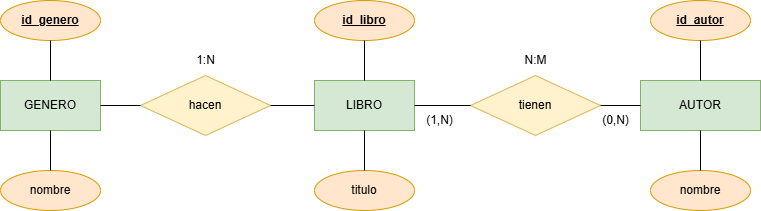
The draw.io diagram Unidad 4/Images/Normalizacion7.drawio.png in Jaironso/BBDD, before a commit. Source tidied: cells renumbered, new cells last; positions are measured from the earlier drawing's top-left corner, leaving out a move shared by most shapes. Source of this version:
```xml
<mxGraphModel>
  <root>
    <mxCell id="0" />
    <mxCell id="1" parent="0" />
    <mxCell id="2" value="LIBRO" style="html=1;dashed=0;whiteSpace=wrap;fillColor=#d5e8d4;strokeColor=#82b366;" parent="1" vertex="1">
      <mxGeometry x="314" y="80" width="100" height="50" as="geometry" />
    </mxCell>
    <mxCell id="3" value="AUTOR" style="html=1;dashed=0;whiteSpace=wrap;fillColor=#d5e8d4;strokeColor=#82b366;" parent="1" vertex="1">
      <mxGeometry x="640" y="80" width="120" height="50" as="geometry" />
    </mxCell>
    <mxCell id="4" value="GENERO" style="html=1;dashed=0;whiteSpace=wrap;fillColor=#d5e8d4;strokeColor=#82b366;" parent="1" vertex="1">
      <mxGeometry y="80" width="100" height="50" as="geometry" />
    </mxCell>
    <mxCell id="5" value="hacen" style="shape=rhombus;html=1;dashed=0;whiteSpace=wrap;perimeter=rhombusPerimeter;fillColor=#fff2cc;strokeColor=#d6b656;" parent="1" vertex="1">
      <mxGeometry x="140" y="75" width="130" height="60" as="geometry" />
    </mxCell>
    <mxCell id="6" value="tienen" style="shape=rhombus;html=1;dashed=0;whiteSpace=wrap;perimeter=rhombusPerimeter;fillColor=#fff2cc;strokeColor=#d6b656;" parent="1" vertex="1">
      <mxGeometry x="470" y="75" width="130" height="60" as="geometry" />
    </mxCell>
    <mxCell id="7" style="endArrow=none;html=1;rounded=0;exitX=1;exitY=0.5;exitDx=0;exitDy=0;entryX=0;entryY=0.5;entryDx=0;entryDy=0;" parent="1" edge="1" source="4" target="5">
      <mxGeometry relative="1" as="geometry" />
    </mxCell>
    <mxCell id="8" style="endArrow=none;html=1;rounded=0;exitX=1;exitY=0.5;exitDx=0;exitDy=0;entryX=0;entryY=0.5;entryDx=0;entryDy=0;" parent="1" edge="1" source="5" target="2">
      <mxGeometry relative="1" as="geometry" />
    </mxCell>
    <mxCell id="9" value="1:N" style="text;html=1;align=center;verticalAlign=middle;strokeColor=none;fillColor=none;" parent="1" vertex="1">
      <mxGeometry x="185" y="45" width="40" height="30" as="geometry" />
    </mxCell>
    <mxCell id="10" style="endArrow=none;html=1;rounded=0;exitX=1;exitY=0.5;exitDx=0;exitDy=0;entryX=0;entryY=0.5;entryDx=0;entryDy=0;" parent="1" edge="1" source="2" target="6">
      <mxGeometry relative="1" as="geometry" />
    </mxCell>
    <mxCell id="11" style="endArrow=none;html=1;rounded=0;entryX=1;entryY=0.5;entryDx=0;entryDy=0;exitX=0;exitY=0.5;exitDx=0;exitDy=0;" parent="1" edge="1" source="3" target="6">
      <mxGeometry relative="1" as="geometry" />
    </mxCell>
    <mxCell id="12" value="(0,N)" style="text;html=1;align=center;verticalAlign=middle;strokeColor=none;fillColor=none;" parent="1" vertex="1">
      <mxGeometry x="590" y="105" width="50" height="30" as="geometry" />
    </mxCell>
    <mxCell id="13" value="N:M" style="text;html=1;align=center;verticalAlign=middle;strokeColor=none;fillColor=none;" parent="1" vertex="1">
      <mxGeometry x="510" y="45" width="50" height="30" as="geometry" />
    </mxCell>
    <mxCell id="14" value="&lt;u&gt;&lt;b&gt;id_libro&lt;/b&gt;&lt;/u&gt;" style="ellipse;whiteSpace=wrap;html=1;align=center;fillColor=#ffe6cc;strokeColor=#d79b00;" parent="1" vertex="1">
      <mxGeometry x="314" width="100" height="40" as="geometry" />
    </mxCell>
    <mxCell id="15" value="&lt;u&gt;&lt;b&gt;id_autor&lt;/b&gt;&lt;/u&gt;" style="ellipse;whiteSpace=wrap;html=1;align=center;fillColor=#ffe6cc;strokeColor=#d79b00;" parent="1" vertex="1">
      <mxGeometry x="650" width="100" height="40" as="geometry" />
    </mxCell>
    <mxCell id="16" value="&lt;b&gt;&lt;u&gt;id_genero&lt;/u&gt;&lt;/b&gt;" style="ellipse;whiteSpace=wrap;html=1;align=center;fillColor=#ffe6cc;strokeColor=#d79b00;" parent="1" vertex="1">
      <mxGeometry width="100" height="40" as="geometry" />
    </mxCell>
    <mxCell id="17" value="nombre" style="ellipse;whiteSpace=wrap;html=1;align=center;fillColor=#ffe6cc;strokeColor=#d79b00;" parent="1" vertex="1">
      <mxGeometry x="650" y="170" width="100" height="40" as="geometry" />
    </mxCell>
    <mxCell id="18" style="endArrow=none;html=1;rounded=0;exitX=0.5;exitY=1;exitDx=0;exitDy=0;entryX=0.5;entryY=0;entryDx=0;entryDy=0;" parent="1" edge="1" source="16" target="4">
      <mxGeometry relative="1" as="geometry" />
    </mxCell>
    <mxCell id="19" style="endArrow=none;html=1;rounded=0;exitX=0.5;exitY=0;exitDx=0;exitDy=0;entryX=0.5;entryY=1;entryDx=0;entryDy=0;" parent="1" edge="1" source="2" target="14">
      <mxGeometry relative="1" as="geometry" />
    </mxCell>
    <mxCell id="20" style="endArrow=none;html=1;rounded=0;entryX=0.5;entryY=0;entryDx=0;entryDy=0;exitX=0.5;exitY=1;exitDx=0;exitDy=0;" parent="1" edge="1" source="15" target="3">
      <mxGeometry relative="1" as="geometry" />
    </mxCell>
    <mxCell id="21" style="endArrow=none;html=1;rounded=0;exitX=0.5;exitY=0;exitDx=0;exitDy=0;entryX=0.5;entryY=1;entryDx=0;entryDy=0;" parent="1" edge="1" source="17" target="3">
      <mxGeometry relative="1" as="geometry" />
    </mxCell>
    <mxCell id="22" value="(1,N)" style="text;html=1;align=center;verticalAlign=middle;strokeColor=none;fillColor=none;" parent="1" vertex="1">
      <mxGeometry x="414" y="105" width="50" height="30" as="geometry" />
    </mxCell>
    <mxCell id="23" value="nombre" style="ellipse;whiteSpace=wrap;html=1;align=center;fillColor=#ffe6cc;strokeColor=#d79b00;" parent="1" vertex="1">
      <mxGeometry y="170" width="100" height="40" as="geometry" />
    </mxCell>
    <mxCell id="24" style="endArrow=none;html=1;rounded=0;exitX=0.5;exitY=1;exitDx=0;exitDy=0;entryX=0.5;entryY=0;entryDx=0;entryDy=0;" parent="1" edge="1" source="4" target="23">
      <mxGeometry relative="1" as="geometry" />
    </mxCell>
    <mxCell id="25" value="titulo" style="ellipse;whiteSpace=wrap;html=1;align=center;fillColor=#ffe6cc;strokeColor=#d79b00;" parent="1" vertex="1">
      <mxGeometry x="314" y="170" width="100" height="40" as="geometry" />
    </mxCell>
    <mxCell id="26" style="endArrow=none;html=1;rounded=0;exitX=0.5;exitY=0;exitDx=0;exitDy=0;entryX=0.5;entryY=1;entryDx=0;entryDy=0;" parent="1" edge="1" source="25" target="2">
      <mxGeometry relative="1" as="geometry" />
    </mxCell>
  </root>
</mxGraphModel>
```
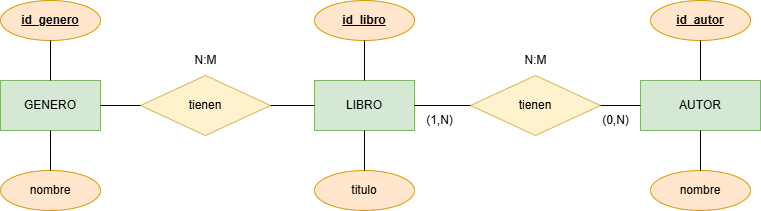
After the change.

What changed in the source:
```diff
@@ -11,7 +11,7 @@
     <mxCell id="4" value="GENERO" style="html=1;dashed=0;whiteSpace=wrap;fillColor=#d5e8d4;strokeColor=#82b366;" parent="1" vertex="1">
       <mxGeometry y="80" width="100" height="50" as="geometry" />
     </mxCell>
-    <mxCell id="5" value="hacen" style="shape=rhombus;html=1;dashed=0;whiteSpace=wrap;perimeter=rhombusPerimeter;fillColor=#fff2cc;strokeColor=#d6b656;" parent="1" vertex="1">
+    <mxCell id="5" value="tienen" style="shape=rhombus;html=1;dashed=0;whiteSpace=wrap;perimeter=rhombusPerimeter;fillColor=#fff2cc;strokeColor=#d6b656;" parent="1" vertex="1">
       <mxGeometry x="140" y="75" width="130" height="60" as="geometry" />
     </mxCell>
     <mxCell id="6" value="tienen" style="shape=rhombus;html=1;dashed=0;whiteSpace=wrap;perimeter=rhombusPerimeter;fillColor=#fff2cc;strokeColor=#d6b656;" parent="1" vertex="1">
@@ -23,8 +23,8 @@
     <mxCell id="8" style="endArrow=none;html=1;rounded=0;exitX=1;exitY=0.5;exitDx=0;exitDy=0;entryX=0;entryY=0.5;entryDx=0;entryDy=0;" parent="1" edge="1" source="5" target="2">
       <mxGeometry relative="1" as="geometry" />
     </mxCell>
-    <mxCell id="9" value="1:N" style="text;html=1;align=center;verticalAlign=middle;strokeColor=none;fillColor=none;" parent="1" vertex="1">
-      <mxGeometry x="185" y="45" width="40" height="30" as="geometry" />
+    <mxCell id="9" value="N:M" style="text;html=1;align=center;verticalAlign=middle;strokeColor=none;fillColor=none;" parent="1" vertex="1">
+      <mxGeometry x="180" y="45" width="50" height="30" as="geometry" />
     </mxCell>
     <mxCell id="10" style="endArrow=none;html=1;rounded=0;exitX=1;exitY=0.5;exitDx=0;exitDy=0;entryX=0;entryY=0.5;entryDx=0;entryDy=0;" parent="1" edge="1" source="2" target="6">
       <mxGeometry relative="1" as="geometry" />
```
